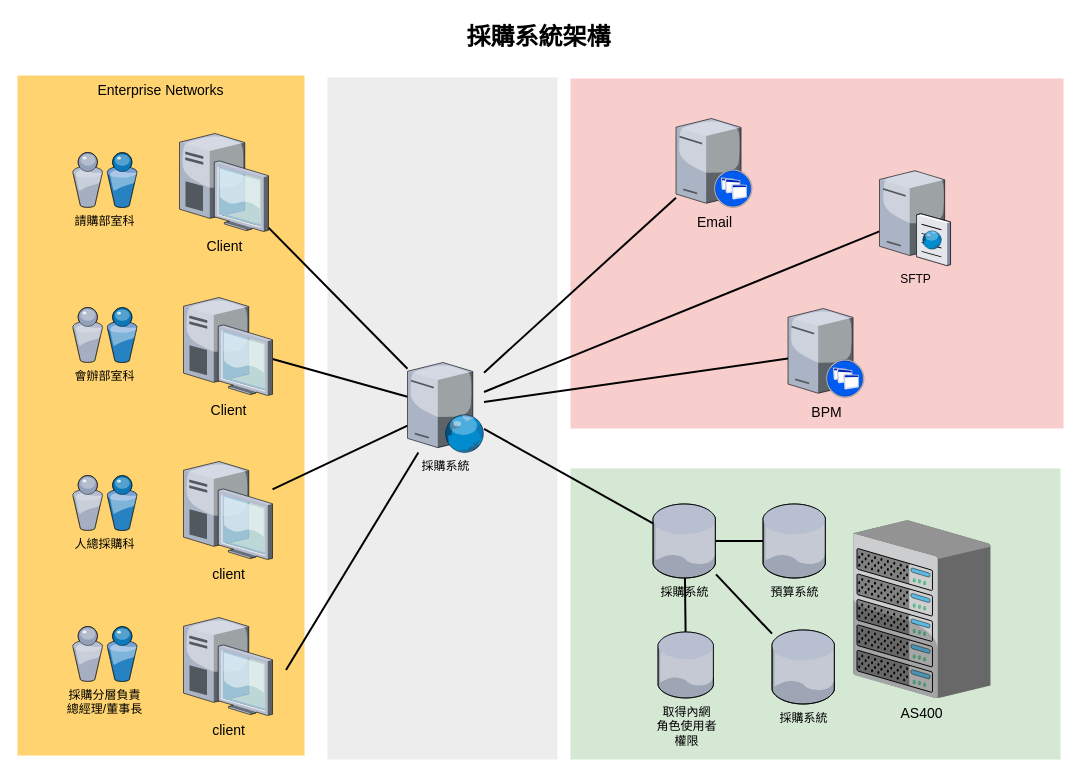
Earlier version of the draw.io diagram 系統架構圖.drawio (wulitsu/hello-world). Source tidied: cells renumbered, new cells numbered last; positions are measured from the earlier drawing's top-left corner, leaving out a move shared by most shapes. Both pictures are drawn from the tidied source at 100%, with x=0, y=0 at pixel (17, 17).
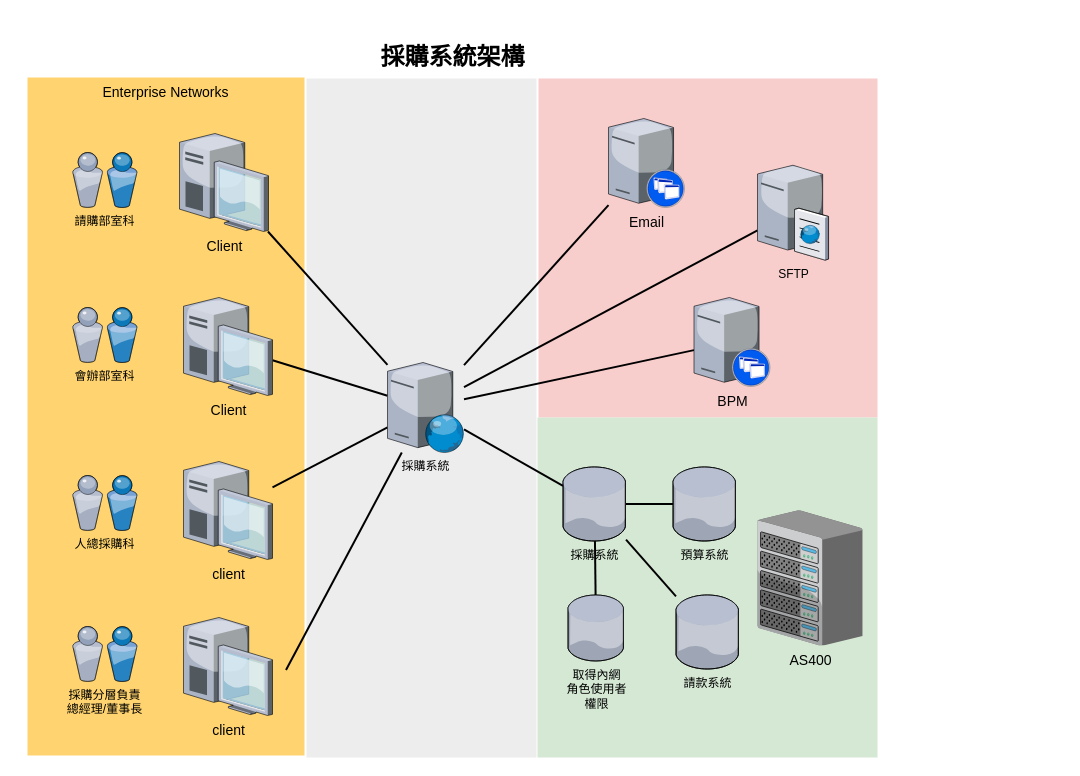
The same diagram, later.

Commit message:
更新系統架構圖.drawio

What changed in the source:
```diff
@@
     <mxCell id="2" style="whiteSpace=wrap;html=1;fillColor=#f8cecc;fontSize=14;strokeColor=none;verticalAlign=top;" parent="1" vertex="1">
-      <mxGeometry x="553" y="61" width="493" height="350" as="geometry" />
+      <mxGeometry x="521" y="61" width="339" height="339" as="geometry" />
     </mxCell>
     <mxCell id="3" style="whiteSpace=wrap;html=1;fillColor=#d5e8d4;fontSize=14;strokeColor=none;verticalAlign=top;" parent="1" vertex="1">
-      <mxGeometry x="553" y="451" width="490" height="291" as="geometry" />
+      <mxGeometry x="520" y="400" width="340" height="340" as="geometry" />
     </mxCell>
     <mxCell id="4" style="whiteSpace=wrap;html=1;fillColor=#EDEDED;fontSize=14;strokeColor=none;verticalAlign=top;" parent="1" vertex="1">
-      <mxGeometry x="310" y="60" width="230" height="682" as="geometry" />
+      <mxGeometry x="289" y="61" width="230" height="679" as="geometry" />
     </mxCell>
     <mxCell id="5" value="Enterprise Networks" style="whiteSpace=wrap;html=1;fillColor=#FFD470;gradientColor=none;fontSize=14;strokeColor=none;verticalAlign=top;" parent="1" vertex="1">
-      <mxGeometry y="58" width="287" height="680" as="geometry" />
+      <mxGeometry x="10" y="60" width="277" height="678" as="geometry" />
     </mxCell>
@@
     <mxCell id="14" value="BPM" style="verticalLabelPosition=bottom;html=1;verticalAlign=top;strokeColor=none;shape=mxgraph.citrix.xenapp_server;fillColor=#66B2FF;gradientColor=#0066CC;fontSize=14;" parent="1" vertex="1">
-      <mxGeometry x="770.5" y="291" width="76" height="89" as="geometry" />
+      <mxGeometry x="676.5" y="280" width="76" height="89" as="geometry" />
     </mxCell>
@@
     <mxCell id="17" value="Email" style="verticalLabelPosition=bottom;html=1;verticalAlign=top;strokeColor=none;shape=mxgraph.citrix.xenapp_server;fillColor=#66B2FF;gradientColor=#0066CC;fontSize=14;" parent="1" vertex="1">
-      <mxGeometry x="658.5" y="101" width="76" height="89" as="geometry" />
+      <mxGeometry x="591" y="101" width="76" height="89" as="geometry" />
     </mxCell>
@@
     <mxCell id="19" value="AS400" style="verticalLabelPosition=bottom;html=1;verticalAlign=top;strokeColor=none;shape=mxgraph.citrix.chassis;fillColor=#66B2FF;gradientColor=#0066CC;fontSize=14;" parent="1" vertex="1">
-      <mxGeometry x="835.5" y="503" width="137.5" height="177.5" as="geometry" />
+      <mxGeometry x="740" y="493" width="105" height="135" as="geometry" />
     </mxCell>
     <mxCell id="20" value="採購系統架構" style="text;strokeColor=none;fillColor=none;html=1;fontSize=24;fontStyle=1;verticalAlign=middle;align=center;" parent="1" vertex="1">
-      <mxGeometry x="1" width="1039" height="40" as="geometry" />
+      <mxGeometry x="10" y="20" width="850" height="40" as="geometry" />
     </mxCell>
@@
     <mxCell id="26" value="採購系統" style="verticalLabelPosition=bottom;html=1;verticalAlign=top;strokeColor=none;align=center;outlineConnect=0;shape=mxgraph.citrix.web_server;" parent="1" vertex="1">
-      <mxGeometry x="390" y="345" width="76.5" height="90" as="geometry" />
+      <mxGeometry x="370" y="345" width="76.5" height="90" as="geometry" />
     </mxCell>
     <mxCell id="27" value="取得內網&lt;br&gt;角色使用者&lt;br&gt;權限&lt;br&gt;" style="verticalLabelPosition=bottom;html=1;verticalAlign=top;strokeColor=none;align=center;outlineConnect=0;shape=mxgraph.citrix.database;" parent="1" vertex="1">
-      <mxGeometry x="640.5" y="614.5" width="56" height="66" as="geometry" />
+      <mxGeometry x="550.5" y="577.5" width="56" height="66" as="geometry" />
     </mxCell>
     <mxCell id="28" value="SFTP" style="verticalLabelPosition=bottom;html=1;verticalAlign=top;strokeColor=none;align=center;outlineConnect=0;shape=mxgraph.citrix.ftp_server;" parent="1" vertex="1">
-      <mxGeometry x="862" y="151" width="71" height="97" as="geometry" />
+      <mxGeometry x="740" y="145.5" width="71" height="97" as="geometry" />
     </mxCell>
     <mxCell id="29" value="預算系統" style="verticalLabelPosition=bottom;html=1;verticalAlign=top;strokeColor=none;align=center;outlineConnect=0;shape=mxgraph.citrix.database;" parent="1" vertex="1">
-      <mxGeometry x="745.5" y="486.5" width="63" height="74" as="geometry" />
+      <mxGeometry x="655.5" y="449.5" width="63" height="74" as="geometry" />
     </mxCell>
-    <mxCell id="30" value="採購系統" style="verticalLabelPosition=bottom;html=1;verticalAlign=top;strokeColor=none;align=center;outlineConnect=0;shape=mxgraph.citrix.database;" parent="1" vertex="1">
-      <mxGeometry x="754.5" y="612.5" width="63" height="74" as="geometry" />
+    <mxCell id="30" value="請款系統" style="verticalLabelPosition=bottom;html=1;verticalAlign=top;strokeColor=none;align=center;outlineConnect=0;shape=mxgraph.citrix.database;" parent="1" vertex="1">
+      <mxGeometry x="658.5" y="577.5" width="63" height="74" as="geometry" />
     </mxCell>
@@
     <mxCell id="34" value="採購系統" style="verticalLabelPosition=bottom;html=1;verticalAlign=top;strokeColor=none;align=center;outlineConnect=0;shape=mxgraph.citrix.database;" parent="1" vertex="1">
-      <mxGeometry x="635.5" y="486.5" width="63" height="74" as="geometry" />
+      <mxGeometry x="545.5" y="449.5" width="63" height="74" as="geometry" />
     </mxCell>
```
